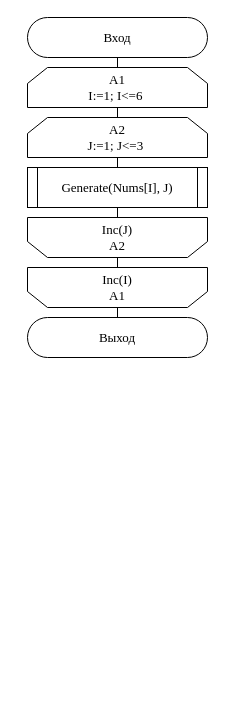
This is page "Страница 1" (1 of 6) of OAiP/Lab 2.2/Scheme/1.drawio from Hummel009/Delphi-Projects, a draw.io file, before an edit. Source tidied: cells renumbered, new cells numbered last; positions are measured from the earlier drawing's top-left corner, leaving out a move shared by most shapes. Both pictures are drawn from the tidied source at 100%, with x=0, y=0 at pixel (27, 17).
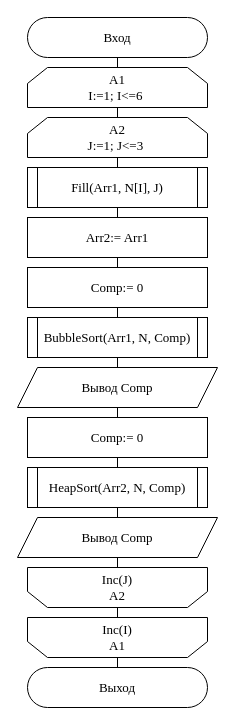
The same diagram, later.

Diff of the diagram source:
```diff
@@
-    <mxCell id="6" style="group;fontFamily=Times New Roman;fontSize=13;verticalAlign=middle;align=center;" parent="1" vertex="1">
-      <mxGeometry y="150" width="180" height="40" as="geometry" />
-    </mxCell>
-    <mxCell id="7" value="Generate(Nums[I], J)" style="rounded=0;whiteSpace=wrap;html=1;fontSize=13;fontFamily=Times New Roman;verticalAlign=middle;align=center;" parent="6" vertex="1">
-      <mxGeometry width="180" height="40" as="geometry" />
-    </mxCell>
-    <mxCell id="8" style="endArrow=none;html=1;rounded=0;edgeStyle=orthogonalEdgeStyle;fontFamily=Times New Roman;fontSize=13;verticalAlign=middle;align=center;" parent="6" edge="1">
-      <mxGeometry relative="1" as="geometry">
-        <mxPoint x="10" y="40" as="sourcePoint" />
-        <mxPoint x="10" as="targetPoint" />
-      </mxGeometry>
-    </mxCell>
-    <mxCell id="9" style="endArrow=none;html=1;rounded=0;edgeStyle=orthogonalEdgeStyle;fontFamily=Times New Roman;fontSize=13;verticalAlign=middle;align=center;" parent="6" edge="1">
-      <mxGeometry relative="1" as="geometry">
-        <mxPoint x="170" y="40" as="sourcePoint" />
-        <mxPoint x="170" as="targetPoint" />
-      </mxGeometry>
-    </mxCell>
     <mxCell id="10" value="Inc(J)&lt;br style=&quot;font-size: 13px;&quot;&gt;A2" style="shape=loopLimit;whiteSpace=wrap;html=1;rounded=0;strokeWidth=1;direction=west;fontFamily=Times New Roman;fontSize=13;verticalAlign=middle;align=center;" parent="1" vertex="1">
-      <mxGeometry y="200" width="180" height="40" as="geometry" />
+      <mxGeometry y="550" width="180" height="40" as="geometry" />
     </mxCell>
     <mxCell id="11" value="Inc(I)&lt;br style=&quot;font-size: 13px;&quot;&gt;A1" style="shape=loopLimit;whiteSpace=wrap;html=1;rounded=0;strokeWidth=1;direction=west;fontFamily=Times New Roman;fontSize=13;verticalAlign=middle;align=center;" parent="1" vertex="1">
-      <mxGeometry y="250" width="180" height="40" as="geometry" />
+      <mxGeometry y="600" width="180" height="40" as="geometry" />
     </mxCell>
     <mxCell id="12" value="Выход" style="rounded=1;whiteSpace=wrap;html=1;arcSize=50;fontFamily=Times New Roman;fontSize=13;verticalAlign=middle;align=center;" parent="1" vertex="1">
-      <mxGeometry y="300" width="180" height="40" as="geometry" />
+      <mxGeometry y="650" width="180" height="40" as="geometry" />
     </mxCell>
+    <mxCell id="13" value="Arr2:= Arr1" style="rounded=0;whiteSpace=wrap;html=1;fontSize=13;fontFamily=Times New Roman;align=center;verticalAlign=middle;" parent="1" vertex="1">
+      <mxGeometry y="200" width="180" height="40" as="geometry" />
+    </mxCell>
+    <mxCell id="14" value="Comp:= 0" style="rounded=0;whiteSpace=wrap;html=1;fontSize=13;fontFamily=Times New Roman;align=center;verticalAlign=middle;" parent="1" vertex="1">
+      <mxGeometry y="250" width="180" height="40" as="geometry" />
+    </mxCell>
+    <mxCell id="15" value="Вывод&amp;nbsp;Comp" style="shape=parallelogram;perimeter=parallelogramPerimeter;whiteSpace=wrap;html=1;fixedSize=1;fontFamily=Times New Roman;fontSize=13;align=center;verticalAlign=middle;" parent="1" vertex="1">
+      <mxGeometry x="-10" y="350" width="200" height="40" as="geometry" />
+    </mxCell>
+    <mxCell id="16" value="Comp:= 0" style="rounded=0;whiteSpace=wrap;html=1;fontSize=13;fontFamily=Times New Roman;align=center;verticalAlign=middle;" parent="1" vertex="1">
+      <mxGeometry y="400" width="180" height="40" as="geometry" />
+    </mxCell>
+    <mxCell id="17" value="Вывод&amp;nbsp;Comp" style="shape=parallelogram;perimeter=parallelogramPerimeter;whiteSpace=wrap;html=1;fixedSize=1;fontFamily=Times New Roman;fontSize=13;align=center;verticalAlign=middle;" parent="1" vertex="1">
+      <mxGeometry x="-10" y="500" width="200" height="40" as="geometry" />
+    </mxCell>
+    <mxCell id="18" style="group;fontFamily=Times New Roman;fontSize=13;align=center;verticalAlign=middle;" parent="1" vertex="1">
+      <mxGeometry y="150" width="180" height="40" as="geometry" />
+    </mxCell>
+    <mxCell id="19" value="&lt;span style=&quot;font-size: 13px&quot;&gt;Fill(Arr1, N[I], J)&lt;/span&gt;" style="rounded=0;whiteSpace=wrap;html=1;fontSize=12;fontFamily=Times New Roman;align=center;verticalAlign=middle;" parent="18" vertex="1">
+      <mxGeometry width="180" height="40" as="geometry" />
+    </mxCell>
+    <mxCell id="20" style="endArrow=none;html=1;rounded=0;edgeStyle=orthogonalEdgeStyle;fontFamily=Times New Roman;fontSize=13;align=center;verticalAlign=middle;" parent="18" edge="1">
+      <mxGeometry relative="1" as="geometry">
+        <mxPoint x="10" y="40" as="sourcePoint" />
+        <mxPoint x="10" as="targetPoint" />
+      </mxGeometry>
+    </mxCell>
+    <mxCell id="21" style="endArrow=none;html=1;rounded=0;edgeStyle=orthogonalEdgeStyle;fontFamily=Times New Roman;fontSize=13;align=center;verticalAlign=middle;" parent="18" edge="1">
+      <mxGeometry relative="1" as="geometry">
+        <mxPoint x="170" y="40" as="sourcePoint" />
+        <mxPoint x="170" as="targetPoint" />
+      </mxGeometry>
+    </mxCell>
+    <mxCell id="22" style="group;fontFamily=Times New Roman;fontSize=13;align=center;verticalAlign=middle;" parent="1" vertex="1">
+      <mxGeometry y="300" width="180" height="40" as="geometry" />
+    </mxCell>
+    <mxCell id="23" value="&lt;span style=&quot;font-size: 13px&quot;&gt;BubbleSort(Arr1, N,&amp;nbsp;&lt;/span&gt;&lt;span style=&quot;font-size: 13px&quot;&gt;Comp&lt;/span&gt;&lt;span style=&quot;font-size: 13px&quot;&gt;)&lt;/span&gt;" style="rounded=0;whiteSpace=wrap;html=1;fontSize=12;fontFamily=Times New Roman;align=center;verticalAlign=middle;" parent="22" vertex="1">
+      <mxGeometry width="180" height="40" as="geometry" />
+    </mxCell>
+    <mxCell id="24" style="endArrow=none;html=1;rounded=0;edgeStyle=orthogonalEdgeStyle;fontFamily=Times New Roman;fontSize=13;align=center;verticalAlign=middle;" parent="22" edge="1">
+      <mxGeometry relative="1" as="geometry">
+        <mxPoint x="10" y="40" as="sourcePoint" />
+        <mxPoint x="10" as="targetPoint" />
+      </mxGeometry>
+    </mxCell>
+    <mxCell id="25" style="endArrow=none;html=1;rounded=0;edgeStyle=orthogonalEdgeStyle;fontFamily=Times New Roman;fontSize=13;align=center;verticalAlign=middle;" parent="22" edge="1">
+      <mxGeometry relative="1" as="geometry">
+        <mxPoint x="170" y="40" as="sourcePoint" />
+        <mxPoint x="170" as="targetPoint" />
+      </mxGeometry>
+    </mxCell>
+    <mxCell id="26" style="group;fontFamily=Times New Roman;fontSize=13;align=center;verticalAlign=middle;" parent="1" vertex="1">
+      <mxGeometry y="450" width="180" height="40" as="geometry" />
+    </mxCell>
+    <mxCell id="27" value="&lt;span style=&quot;font-size: 13px&quot;&gt;HeapSort(Arr2, N, Comp)&lt;/span&gt;" style="rounded=0;whiteSpace=wrap;html=1;fontSize=12;fontFamily=Times New Roman;align=center;verticalAlign=middle;" parent="26" vertex="1">
+      <mxGeometry width="180" height="40" as="geometry" />
+    </mxCell>
+    <mxCell id="28" style="endArrow=none;html=1;rounded=0;edgeStyle=orthogonalEdgeStyle;fontFamily=Times New Roman;fontSize=13;align=center;verticalAlign=middle;" parent="26" edge="1">
+      <mxGeometry relative="1" as="geometry">
+        <mxPoint x="10" y="40" as="sourcePoint" />
+        <mxPoint x="10" as="targetPoint" />
+      </mxGeometry>
+    </mxCell>
+    <mxCell id="29" style="endArrow=none;html=1;rounded=0;edgeStyle=orthogonalEdgeStyle;fontFamily=Times New Roman;fontSize=13;align=center;verticalAlign=middle;" parent="26" edge="1">
+      <mxGeometry relative="1" as="geometry">
+        <mxPoint x="170" y="40" as="sourcePoint" />
+        <mxPoint x="170" as="targetPoint" />
+      </mxGeometry>
+    </mxCell>
```
